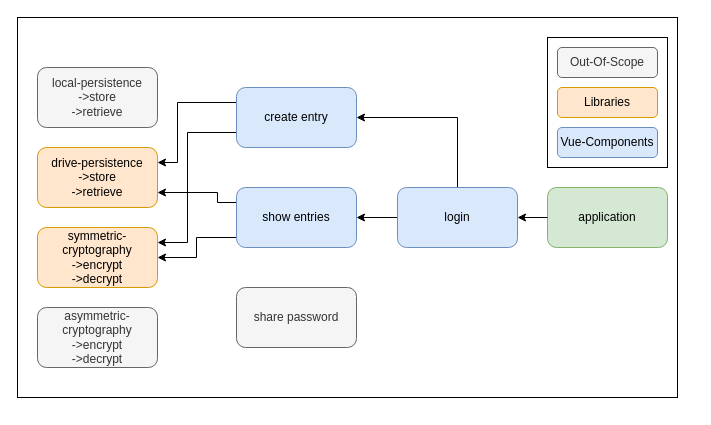
This is page "prototyp_architecture" (2 of 2) of doc/pictures/Dash_Implementierung.drawio from robhta/DASHPasswordManager, a draw.io file, before an edit. Source tidied: cells renumbered, new cells numbered last; positions are measured from the earlier drawing's top-left corner, leaving out a move shared by most shapes. Both pictures are drawn from the tidied source at 100%, with x=0, y=0 at pixel (17, 17).
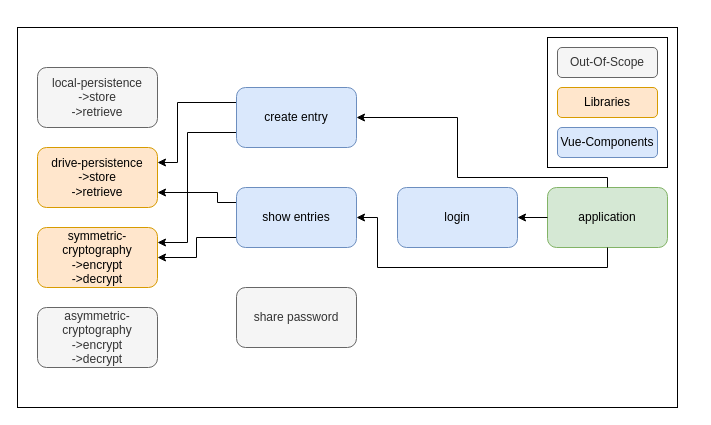
After the change.

The change refers to these unchanged cells:
```xml
<mxCell id="7" value="create entry" style="rounded=1;whiteSpace=wrap;html=1;fillColor=#dae8fc;strokeColor=#6c8ebf;" parent="1" vertex="1">
  <mxGeometry x="219" y="70" width="120" height="60" as="geometry" />
</mxCell>
<mxCell id="10" value="show entries" style="rounded=1;whiteSpace=wrap;html=1;fillColor=#dae8fc;strokeColor=#6c8ebf;" parent="1" vertex="1">
  <mxGeometry x="219" y="170" width="120" height="60" as="geometry" />
</mxCell>
<mxCell id="16" value="login" style="rounded=1;whiteSpace=wrap;html=1;fillColor=#dae8fc;strokeColor=#6c8ebf;" parent="1" vertex="1">
  <mxGeometry x="380" y="170" width="120" height="60" as="geometry" />
</mxCell>
<mxCell id="19" value="application" style="rounded=1;whiteSpace=wrap;html=1;fillColor=#d5e8d4;strokeColor=#82b366;" parent="18" vertex="1">
  <mxGeometry y="150" width="120" height="60" as="geometry" />
</mxCell>
```

The edit, as a diff of the source:
```diff
@@
     <mxCell id="2" style="rounded=0;whiteSpace=wrap;html=1;" parent="1" vertex="1">
-      <mxGeometry width="660" height="380" as="geometry" />
+      <mxGeometry y="10" width="660" height="380" as="geometry" />
     </mxCell>
@@
-    <mxCell id="14" style="edgeStyle=orthogonalEdgeStyle;rounded=0;jettySize=auto;html=1;exitX=0.5;exitY=0;exitDx=0;exitDy=0;entryX=1;entryY=0.5;entryDx=0;entryDy=0;" parent="1" edge="1" source="16" target="7">
-      <mxGeometry relative="1" as="geometry" />
-    </mxCell>
-    <mxCell id="15" style="edgeStyle=orthogonalEdgeStyle;rounded=0;jettySize=auto;html=1;exitX=0;exitY=0.5;exitDx=0;exitDy=0;entryX=1;entryY=0.5;entryDx=0;entryDy=0;" parent="1" edge="1" source="16" target="10">
-      <mxGeometry relative="1" as="geometry" />
-    </mxCell>
@@
+    <mxCell id="26" style="edgeStyle=orthogonalEdgeStyle;rounded=0;jettySize=auto;html=1;exitX=0.5;exitY=1;exitDx=0;exitDy=0;entryX=1;entryY=0.5;entryDx=0;entryDy=0;" parent="1" edge="1" source="19" target="10">
+      <mxGeometry relative="1" as="geometry">
+        <Array as="points">
+          <mxPoint x="590" y="250" />
+          <mxPoint x="360" y="250" />
+          <mxPoint x="360" y="200" />
+        </Array>
+      </mxGeometry>
+    </mxCell>
+    <mxCell id="27" style="edgeStyle=orthogonalEdgeStyle;rounded=0;jettySize=auto;html=1;exitX=0.5;exitY=0;exitDx=0;exitDy=0;entryX=1;entryY=0.5;entryDx=0;entryDy=0;" parent="1" edge="1" source="19" target="7">
+      <mxGeometry relative="1" as="geometry">
+        <Array as="points">
+          <mxPoint x="590" y="160" />
+          <mxPoint x="440" y="160" />
+          <mxPoint x="440" y="100" />
+        </Array>
+      </mxGeometry>
+    </mxCell>
```
